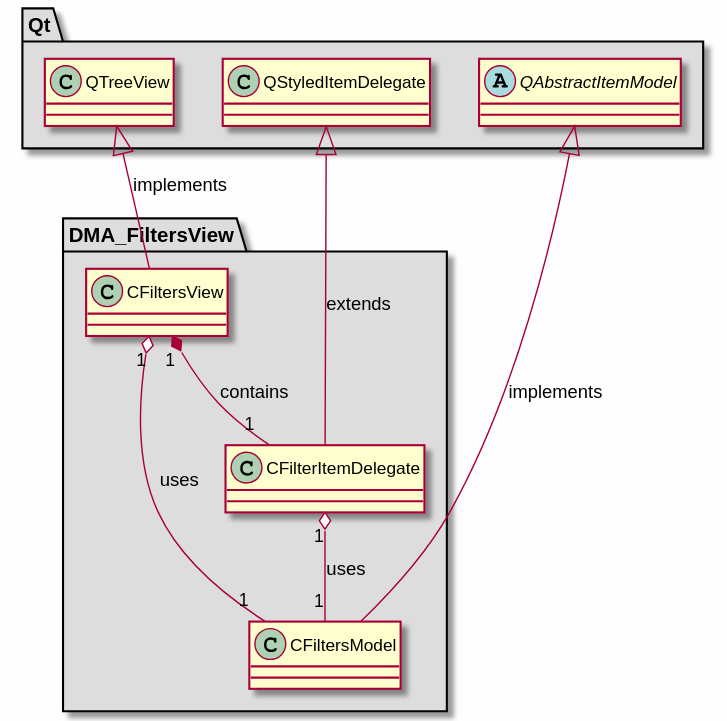
Before: md/dev_docs/puml/DMA_FiltersView_standalone.svg, a diagram exported from PlantUML (svlad-90/DLT-Message-Analyzer).
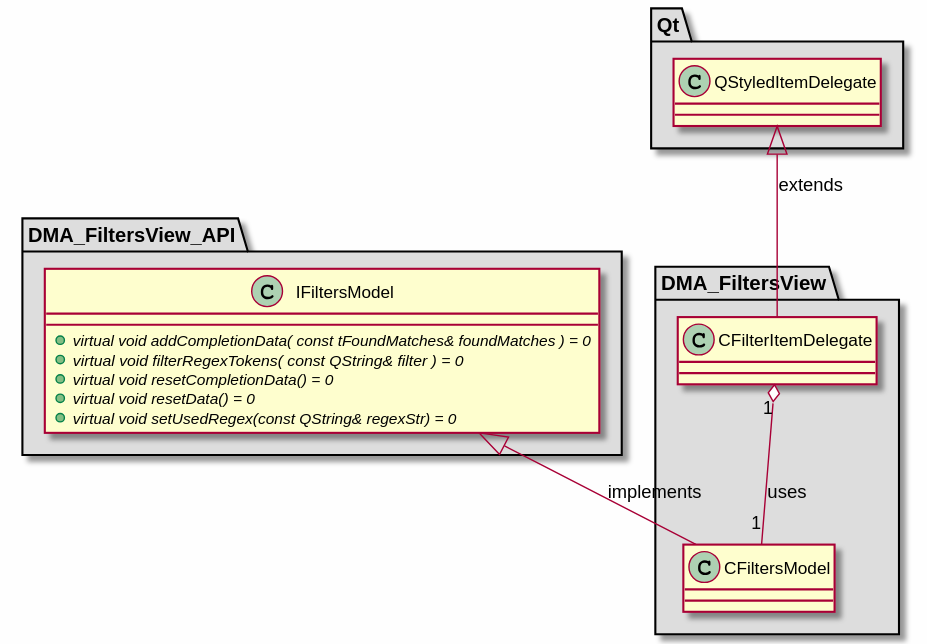
After the change.

What changed in the source:
```diff
@@ -13,8 +13,18 @@
 {
 }
 
-class "CFiltersView"
+}
+
+package "DMA_FiltersView_API" #DDDDDD
 {
+
+class "IFiltersModel"
+{
+    + {abstract} virtual void addCompletionData( const tFoundMatches& foundMatches ) = 0
+    + {abstract} virtual void filterRegexTokens( const QString& filter ) = 0
+    + {abstract} virtual void resetCompletionData() = 0
+    + {abstract} virtual void resetData() = 0
+    + {abstract} virtual void setUsedRegex(const QString& regexStr) = 0
 }
 
 }
@@ -22,26 +32,15 @@
 package "Qt" #DDDDDD
 {
 
-abstract class "QAbstractItemModel"
-{
-}
-
 class "QStyledItemDelegate"
-{
-}
-
-class "QTreeView"
 {
 }
 
 }
 
 QStyledItemDelegate <|-- CFilterItemDelegate : extends
-QAbstractItemModel <|-- CFiltersModel : implements
-QTreeView <|-- CFiltersView : implements
+IFiltersModel <|-- CFiltersModel : implements
 
 CFilterItemDelegate "1" o-- "1" CFiltersModel : uses
-CFiltersView "1" *-- "1" CFilterItemDelegate : contains
-CFiltersView "1" o-- "1" CFiltersModel : uses
 
 @enduml
```
